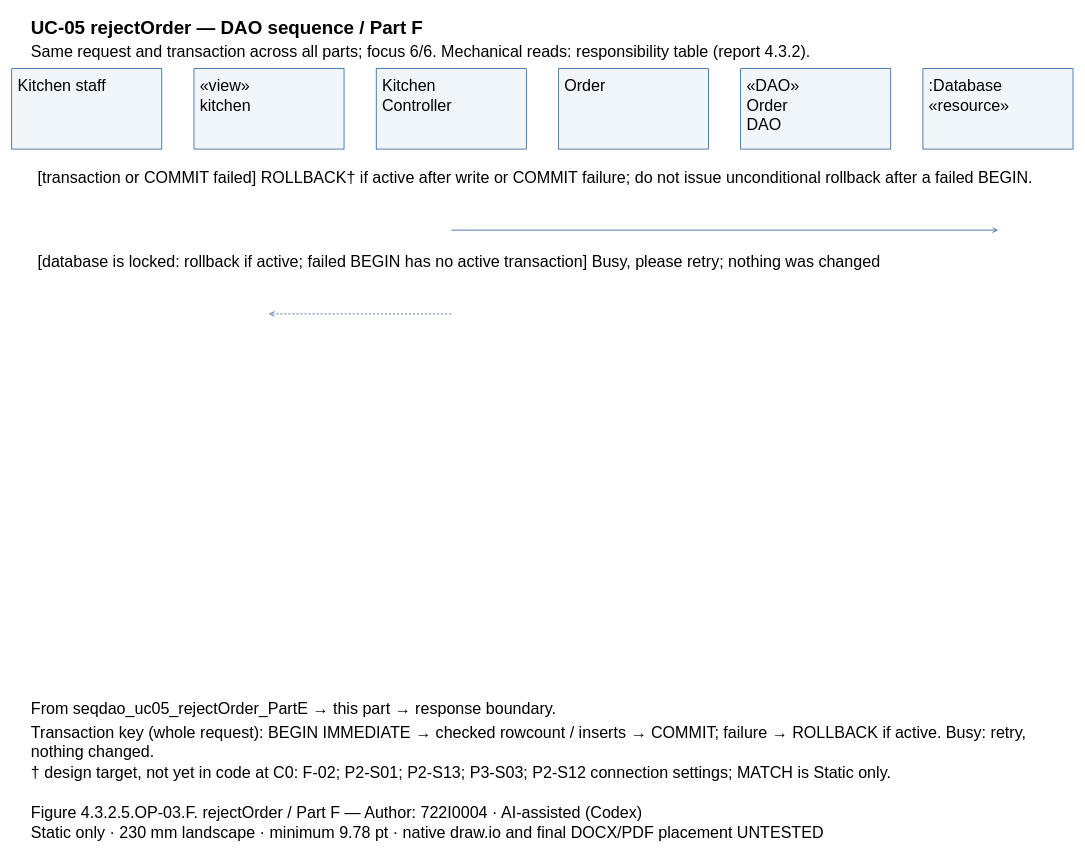
Earlier version of the draw.io diagram models/UC-05/seqdao_uc05_rejectOrder_PartF.drawio (Dat071104/SaigonBite). Source tidied: cells renumbered, new cells numbered last; positions are measured from the earlier drawing's top-left corner, leaving out a move shared by most shapes. Both pictures are drawn from the tidied source at 67%, with x=0, y=0 at pixel (11, 11).
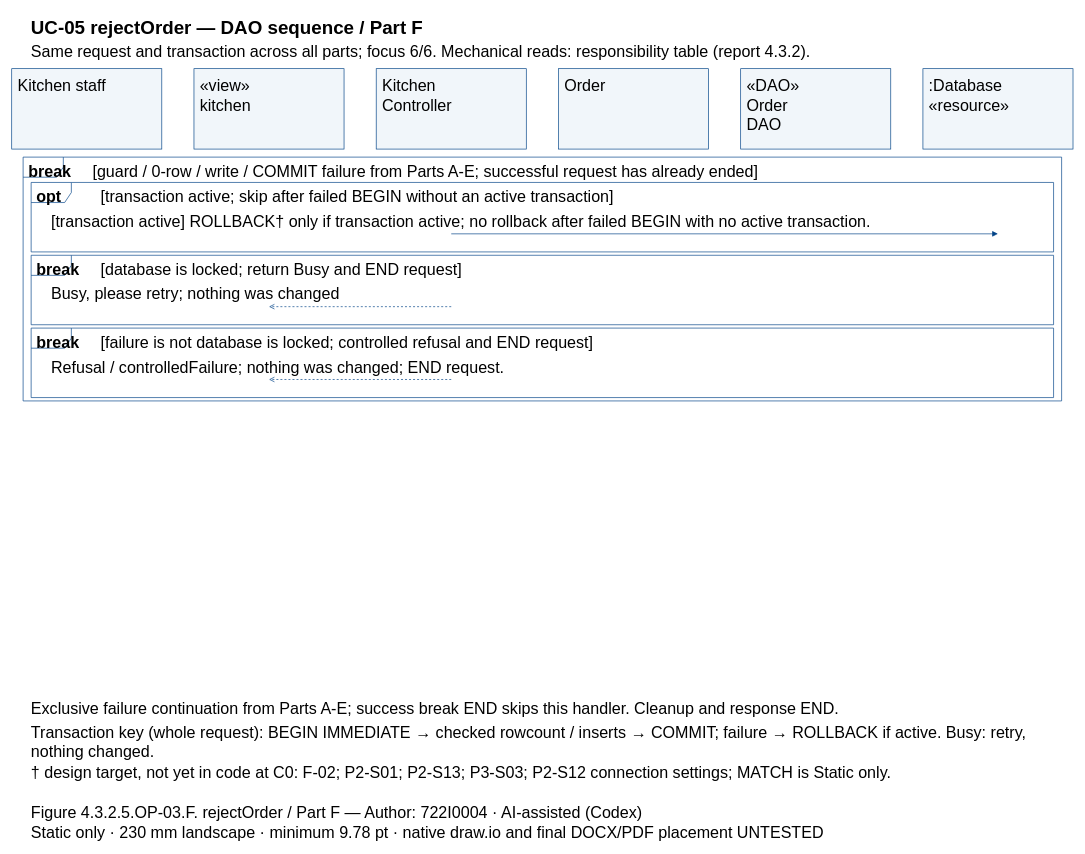
After the change.

The edit, as a diff of the source:
```diff
@@
+    <mxCell id="29" style="shape=umlFrame;fillColor=none;strokeColor=#004387;" parent="1" vertex="1">
+      <mxGeometry x="17" y="217" width="1550" height="363.9" as="geometry" />
+    </mxCell>
+    <mxCell id="30" style="shape=umlFrame;fillColor=none;strokeColor=#004387;" parent="1" vertex="1">
+      <mxGeometry x="29" y="254.8" width="1526" height="103.7" as="geometry" />
+    </mxCell>
+    <mxCell id="31" style="shape=umlFrame;fillColor=none;strokeColor=#004387;" parent="1" vertex="1">
+      <mxGeometry x="29" y="363.5" width="1526" height="103.7" as="geometry" />
+    </mxCell>
+    <mxCell id="32" style="shape=umlFrame;fillColor=none;strokeColor=#004387;" parent="1" vertex="1">
+      <mxGeometry x="29" y="472.2" width="1526" height="103.7" as="geometry" />
+    </mxCell>
@@
-    <mxCell id="5" value="Kitchen staff" style="text;html=0;whiteSpace=wrap;align=left;verticalAlign=top;strokeColor=none;fillColor=none;fontFamily=Arial;fontSize=24;fontStyle=0;" parent="1" vertex="1">
-      <mxGeometry x="7" y="90" width="210" height="27.8" as="geometry" />
-    </mxCell>
+    <mxCell id="9" value="Kitchen staff" style="text;html=0;whiteSpace=wrap;align=left;verticalAlign=top;strokeColor=none;fillColor=none;fontFamily=Arial;fontSize=24;fontStyle=0;" parent="1" vertex="1">
+      <mxGeometry x="7" y="90" width="210" height="27.8" as="geometry" />
+    </mxCell>
@@
-    <mxCell id="7" value="«view»&#10;kitchen" style="text;html=0;whiteSpace=wrap;align=left;verticalAlign=top;strokeColor=none;fillColor=none;fontFamily=Arial;fontSize=24;fontStyle=0;" parent="1" vertex="1">
-      <mxGeometry x="279" y="90" width="210" height="55.7" as="geometry" />
-    </mxCell>
+    <mxCell id="11" value="«view»&#10;kitchen" style="text;html=0;whiteSpace=wrap;align=left;verticalAlign=top;strokeColor=none;fillColor=none;fontFamily=Arial;fontSize=24;fontStyle=0;" parent="1" vertex="1">
+      <mxGeometry x="279" y="90" width="210" height="55.7" as="geometry" />
+    </mxCell>
@@
-    <mxCell id="9" value="Kitchen&#10;Controller" style="text;html=0;whiteSpace=wrap;align=left;verticalAlign=top;strokeColor=none;fillColor=none;fontFamily=Arial;fontSize=24;fontStyle=0;" parent="1" vertex="1">
-      <mxGeometry x="551" y="90" width="210" height="55.7" as="geometry" />
-    </mxCell>
+    <mxCell id="13" value="Kitchen&#10;Controller" style="text;html=0;whiteSpace=wrap;align=left;verticalAlign=top;strokeColor=none;fillColor=none;fontFamily=Arial;fontSize=24;fontStyle=0;" parent="1" vertex="1">
+      <mxGeometry x="551" y="90" width="210" height="55.7" as="geometry" />
+    </mxCell>
@@
-    <mxCell id="11" value="Order" style="text;html=0;whiteSpace=wrap;align=left;verticalAlign=top;strokeColor=none;fillColor=none;fontFamily=Arial;fontSize=24;fontStyle=0;" parent="1" vertex="1">
-      <mxGeometry x="823" y="90" width="210" height="27.8" as="geometry" />
-    </mxCell>
+    <mxCell id="15" value="Order" style="text;html=0;whiteSpace=wrap;align=left;verticalAlign=top;strokeColor=none;fillColor=none;fontFamily=Arial;fontSize=24;fontStyle=0;" parent="1" vertex="1">
+      <mxGeometry x="823" y="90" width="210" height="27.8" as="geometry" />
+    </mxCell>
@@
-    <mxCell id="13" value="«DAO»&#10;Order&#10;DAO" style="text;html=0;whiteSpace=wrap;align=left;verticalAlign=top;strokeColor=none;fillColor=none;fontFamily=Arial;fontSize=24;fontStyle=0;" parent="1" vertex="1">
-      <mxGeometry x="1095" y="90" width="210" height="83.5" as="geometry" />
-    </mxCell>
+    <mxCell id="33" value="«DAO»&#10;Order&#10;DAO" style="text;html=0;whiteSpace=wrap;align=left;verticalAlign=top;strokeColor=none;fillColor=none;fontFamily=Arial;fontSize=24;fontStyle=0;" parent="1" vertex="1">
+      <mxGeometry x="1095" y="90" width="210" height="83.5" as="geometry" />
+    </mxCell>
@@
-    <mxCell id="15" value=":Database&#10;«resource»" style="text;html=0;whiteSpace=wrap;align=left;verticalAlign=top;strokeColor=none;fillColor=none;fontFamily=Arial;fontSize=24;fontStyle=0;" parent="1" vertex="1">
-      <mxGeometry x="1367" y="90" width="210" height="55.7" as="geometry" />
-    </mxCell>
-    <mxCell id="16" value="[transaction or COMMIT failed] ROLLBACK† if active after write or COMMIT failure; do not issue unconditional rollback after a failed BEGIN." style="text;html=0;whiteSpace=wrap;align=left;verticalAlign=top;strokeColor=none;fillColor=none;fontFamily=Arial;fontSize=24;fontStyle=0;" parent="1" vertex="1">
-      <mxGeometry x="37" y="227" width="1510" height="27.8" as="geometry" />
-    </mxCell>
+    <mxCell id="34" value=":Database&#10;«resource»" style="text;html=0;whiteSpace=wrap;align=left;verticalAlign=top;strokeColor=none;fillColor=none;fontFamily=Arial;fontSize=24;fontStyle=0;" parent="1" vertex="1">
+      <mxGeometry x="1367" y="90" width="210" height="55.7" as="geometry" />
+    </mxCell>
+    <mxCell id="35" value="break" style="text;html=0;whiteSpace=wrap;align=left;verticalAlign=top;strokeColor=none;fillColor=none;fontFamily=Arial;fontSize=24;fontStyle=1;" parent="1" vertex="1">
+      <mxGeometry x="23" y="218" width="84" height="27.8" as="geometry" />
+    </mxCell>
+    <mxCell id="36" value="[guard / 0-row / write / COMMIT failure from Parts A-E; successful request has already ended]" style="text;html=0;whiteSpace=wrap;align=left;verticalAlign=top;strokeColor=none;fillColor=none;fontFamily=Arial;fontSize=24;fontStyle=0;" parent="1" vertex="1">
+      <mxGeometry x="119" y="218" width="1438" height="27.8" as="geometry" />
+    </mxCell>
+    <mxCell id="37" value="opt" style="text;html=0;whiteSpace=wrap;align=left;verticalAlign=top;strokeColor=none;fillColor=none;fontFamily=Arial;fontSize=24;fontStyle=1;" parent="1" vertex="1">
+      <mxGeometry x="35" y="255.8" width="84" height="27.8" as="geometry" />
+    </mxCell>
+    <mxCell id="38" value="[transaction active; skip after failed BEGIN without an active transaction]" style="text;html=0;whiteSpace=wrap;align=left;verticalAlign=top;strokeColor=none;fillColor=none;fontFamily=Arial;fontSize=24;fontStyle=0;" parent="1" vertex="1">
+      <mxGeometry x="131" y="255.8" width="1414" height="27.8" as="geometry" />
+    </mxCell>
+    <mxCell id="39" value="break" style="text;html=0;whiteSpace=wrap;align=left;verticalAlign=top;strokeColor=none;fillColor=none;fontFamily=Arial;fontSize=24;fontStyle=1;" parent="1" vertex="1">
+      <mxGeometry x="35" y="364.5" width="84" height="27.8" as="geometry" />
+    </mxCell>
+    <mxCell id="40" value="[database is locked; return Busy and END request]" style="text;html=0;whiteSpace=wrap;align=left;verticalAlign=top;strokeColor=none;fillColor=none;fontFamily=Arial;fontSize=24;fontStyle=0;" parent="1" vertex="1">
+      <mxGeometry x="131" y="364.5" width="1414" height="27.8" as="geometry" />
+    </mxCell>
+    <mxCell id="41" value="break" style="text;html=0;whiteSpace=wrap;align=left;verticalAlign=top;strokeColor=none;fillColor=none;fontFamily=Arial;fontSize=24;fontStyle=1;" parent="1" vertex="1">
+      <mxGeometry x="35" y="473.2" width="84" height="27.8" as="geometry" />
+    </mxCell>
+    <mxCell id="42" value="[failure is not database is locked; controlled refusal and END request]" style="text;html=0;whiteSpace=wrap;align=left;verticalAlign=top;strokeColor=none;fillColor=none;fontFamily=Arial;fontSize=24;fontStyle=0;" parent="1" vertex="1">
+      <mxGeometry x="131" y="473.2" width="1414" height="27.8" as="geometry" />
+    </mxCell>
+    <mxCell id="43" value="[transaction active] ROLLBACK† only if transaction active; no rollback after failed BEGIN with no active transaction." style="text;html=0;whiteSpace=wrap;align=left;verticalAlign=top;strokeColor=none;fillColor=none;fontFamily=Arial;fontSize=24;fontStyle=0;" parent="1" vertex="1">
+      <mxGeometry x="57" y="292.7" width="1470" height="27.8" as="geometry" />
+    </mxCell>
     <mxCell id="17" style="opacity=0;" parent="1" vertex="1">
-      <mxGeometry x="656" y="326" as="geometry" />
+      <mxGeometry x="656" y="331.5" as="geometry" />
     </mxCell>
     <mxCell id="18" style="opacity=0;" parent="1" vertex="1">
-      <mxGeometry x="1472" y="326" as="geometry" />
+      <mxGeometry x="1472" y="331.5" as="geometry" />
     </mxCell>
-    <mxCell id="19" style="edgeStyle=none;endArrow=open;strokeColor=#004387;exitX=0.5;entryX=0.5;exitPerimeter=0;entryPerimeter=0;" parent="1" edge="1" source="17" target="18">
+    <mxCell id="19" style="edgeStyle=none;endArrow=block;endFill=1;strokeColor=#004387;exitX=0.5;entryX=0.5;exitPerimeter=0;entryPerimeter=0;" parent="1" edge="1" source="17" target="18">
       <mxGeometry relative="1" as="geometry" />
     </mxCell>
-    <mxCell id="20" value="[database is locked: rollback if active; failed BEGIN has no active transaction] Busy, please retry; nothing was changed" style="text;html=0;whiteSpace=wrap;align=left;verticalAlign=top;strokeColor=none;fillColor=none;fontFamily=Arial;fontSize=24;fontStyle=0;" parent="1" vertex="1">
-      <mxGeometry x="37" y="352" width="1510" height="27.8" as="geometry" />
-    </mxCell>
+    <mxCell id="44" value="Busy, please retry; nothing was changed" style="text;html=0;whiteSpace=wrap;align=left;verticalAlign=top;strokeColor=none;fillColor=none;fontFamily=Arial;fontSize=24;fontStyle=0;" parent="1" vertex="1">
+      <mxGeometry x="57" y="401.4" width="1470" height="27.8" as="geometry" />
+    </mxCell>
     <mxCell id="21" style="opacity=0;" parent="1" vertex="1">
-      <mxGeometry x="656" y="451" as="geometry" />
+      <mxGeometry x="656" y="440.2" as="geometry" />
     </mxCell>
     <mxCell id="22" style="opacity=0;" parent="1" vertex="1">
-      <mxGeometry x="384" y="451" as="geometry" />
+      <mxGeometry x="384" y="440.2" as="geometry" />
     </mxCell>
-    <mxCell id="23" style="edgeStyle=none;endArrow=open;strokeColor=#004387;dashed=1;exitX=0.5;entryX=0.5;exitPerimeter=0;entryPerimeter=0;" parent="1" edge="1" source="21" target="22">
+    <mxCell id="23" style="edgeStyle=none;endArrow=open;endFill=0;strokeColor=#004387;dashed=1;exitX=0.5;entryX=0.5;exitPerimeter=0;entryPerimeter=0;" parent="1" edge="1" source="21" target="22">
       <mxGeometry relative="1" as="geometry" />
     </mxCell>
-    <mxCell id="24" value="From seqdao_uc05_rejectOrder_PartE → this part → response boundary." style="text;html=0;whiteSpace=wrap;align=left;verticalAlign=top;strokeColor=none;fillColor=none;fontFamily=Arial;fontSize=24;fontStyle=0;" parent="1" vertex="1">
-      <mxGeometry x="27" y="1020" width="1530" height="27.8" as="geometry" />
-    </mxCell>
+    <mxCell id="45" value="Refusal / controlledFailure; nothing was changed; END request." style="text;html=0;whiteSpace=wrap;align=left;verticalAlign=top;strokeColor=none;fillColor=none;fontFamily=Arial;fontSize=24;fontStyle=0;" parent="1" vertex="1">
+      <mxGeometry x="57" y="510" width="1470" height="27.8" as="geometry" />
+    </mxCell>
+    <mxCell id="46" style="opacity=0;" parent="1" vertex="1">
+      <mxGeometry x="656" y="548.9" as="geometry" />
+    </mxCell>
+    <mxCell id="47" style="opacity=0;" parent="1" vertex="1">
+      <mxGeometry x="384" y="548.9" as="geometry" />
+    </mxCell>
+    <mxCell id="48" style="edgeStyle=none;endArrow=open;endFill=0;strokeColor=#004387;dashed=1;exitX=0.5;entryX=0.5;exitPerimeter=0;entryPerimeter=0;" parent="1" edge="1" source="46" target="47">
+      <mxGeometry relative="1" as="geometry" />
+    </mxCell>
+    <mxCell id="49" value="Exclusive failure continuation from Parts A-E; success break END skips this handler. Cleanup and response END." style="text;html=0;whiteSpace=wrap;align=left;verticalAlign=top;strokeColor=none;fillColor=none;fontFamily=Arial;fontSize=24;fontStyle=0;" parent="1" vertex="1">
+      <mxGeometry x="27" y="1020" width="1530" height="27.8" as="geometry" />
+    </mxCell>
```
